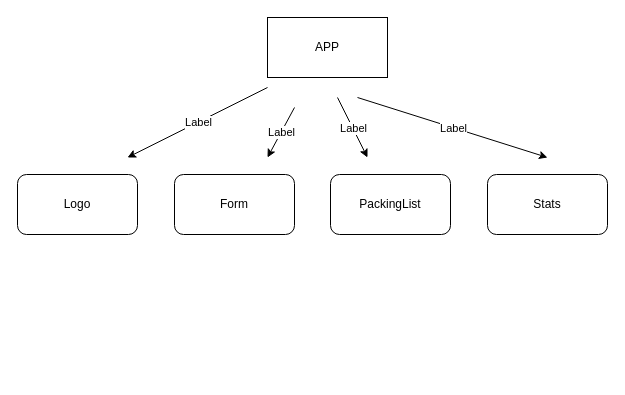
jlquijada63/lista-viajes keeps this draw.io diagram as diagram.drawio. Above is the earlier version. Source tidied: cells renumbered, new cells numbered last; positions are measured from the earlier drawing's top-left corner, leaving out a move shared by most shapes. Both pictures are drawn from the tidied source at 100%, with x=0, y=0 at pixel (17, 17).
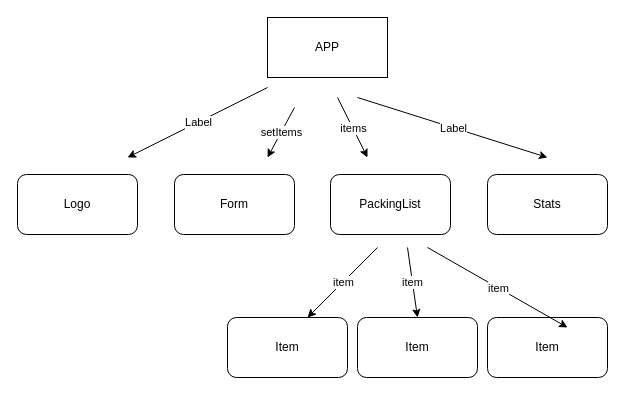
The same diagram, later.

The change refers to these unchanged cells:
```xml
<mxCell id="7" style="endArrow=classic;html=1;" parent="1" edge="1">
  <mxGeometry relative="1" as="geometry">
    <mxPoint x="277" y="90" as="sourcePoint" />
    <mxPoint x="250" y="140" as="targetPoint" />
  </mxGeometry>
</mxCell>
<mxCell id="9" style="endArrow=classic;html=1;" parent="1" edge="1">
  <mxGeometry relative="1" as="geometry">
    <mxPoint x="320" y="80" as="sourcePoint" />
    <mxPoint x="350" y="140" as="targetPoint" />
  </mxGeometry>
</mxCell>
```

Change to the diagram source:
```diff
@@
-    <mxCell id="8" value="Label" style="edgeLabel;html=1;align=center;verticalAlign=middle;" parent="7" vertex="1">
+    <mxCell id="8" value="setItems" style="edgeLabel;html=1;align=center;verticalAlign=middle;" parent="7" vertex="1">
       <mxGeometry relative="1" as="geometry" />
     </mxCell>
@@
-    <mxCell id="10" value="Label" style="edgeLabel;html=1;align=center;verticalAlign=middle;" parent="9" vertex="1">
+    <mxCell id="10" value="items" style="edgeLabel;html=1;align=center;verticalAlign=middle;" parent="9" vertex="1">
       <mxGeometry relative="1" as="geometry" />
     </mxCell>
@@
+    <mxCell id="15" value="Item" style="rounded=1;whiteSpace=wrap;html=1;" parent="1" vertex="1">
+      <mxGeometry x="210" y="300" width="120" height="60" as="geometry" />
+    </mxCell>
+    <mxCell id="16" style="endArrow=classic;html=1;" parent="1" edge="1">
+      <mxGeometry relative="1" as="geometry">
+        <mxPoint x="360" y="230" as="sourcePoint" />
+        <mxPoint x="290" y="300" as="targetPoint" />
+      </mxGeometry>
+    </mxCell>
+    <mxCell id="17" value="item" style="edgeLabel;html=1;align=center;verticalAlign=middle;" parent="16" vertex="1">
+      <mxGeometry relative="1" as="geometry" />
+    </mxCell>
+    <mxCell id="18" value="Item" style="rounded=1;whiteSpace=wrap;html=1;" parent="1" vertex="1">
+      <mxGeometry x="340" y="300" width="120" height="60" as="geometry" />
+    </mxCell>
+    <mxCell id="19" style="endArrow=classic;html=1;" parent="1" edge="1">
+      <mxGeometry relative="1" as="geometry">
+        <mxPoint x="390" y="230" as="sourcePoint" />
+        <mxPoint x="400" y="300" as="targetPoint" />
+      </mxGeometry>
+    </mxCell>
+    <mxCell id="20" value="item" style="edgeLabel;html=1;align=center;verticalAlign=middle;" parent="19" vertex="1">
+      <mxGeometry relative="1" as="geometry" />
+    </mxCell>
+    <mxCell id="21" value="Item" style="rounded=1;whiteSpace=wrap;html=1;" parent="1" vertex="1">
+      <mxGeometry x="470" y="300" width="120" height="60" as="geometry" />
+    </mxCell>
+    <mxCell id="22" style="endArrow=classic;html=1;" parent="1" edge="1">
+      <mxGeometry relative="1" as="geometry">
+        <mxPoint x="410" y="230" as="sourcePoint" />
+        <mxPoint x="550" y="310" as="targetPoint" />
+      </mxGeometry>
+    </mxCell>
+    <mxCell id="23" value="item" style="edgeLabel;html=1;align=center;verticalAlign=middle;" parent="22" vertex="1">
+      <mxGeometry relative="1" as="geometry" />
+    </mxCell>
```
